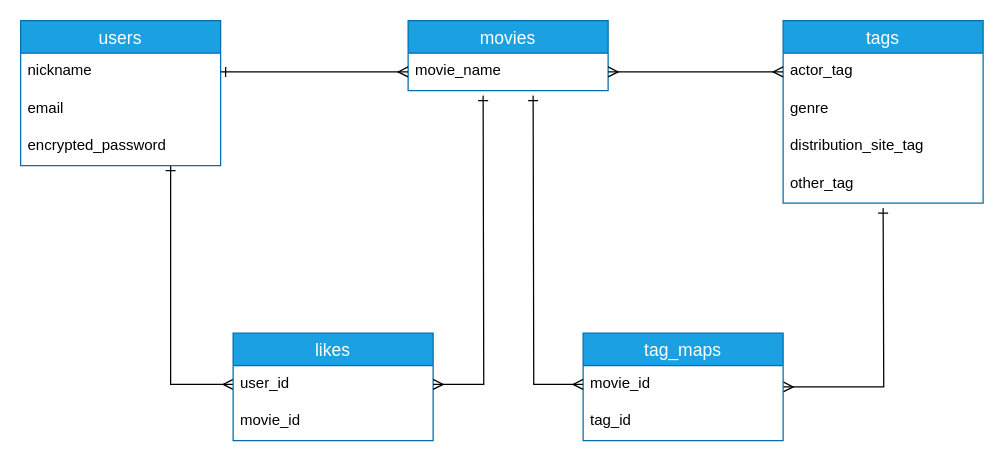
The draw.io diagram er.dio in takeprog/movie-now, before the edit. Source tidied: cells renumbered, new cells numbered last; positions are measured from the earlier drawing's top-left corner, leaving out a move shared by most shapes. Both pictures are drawn from the tidied source at 125%, with x=0, y=0 at pixel (20, 20).
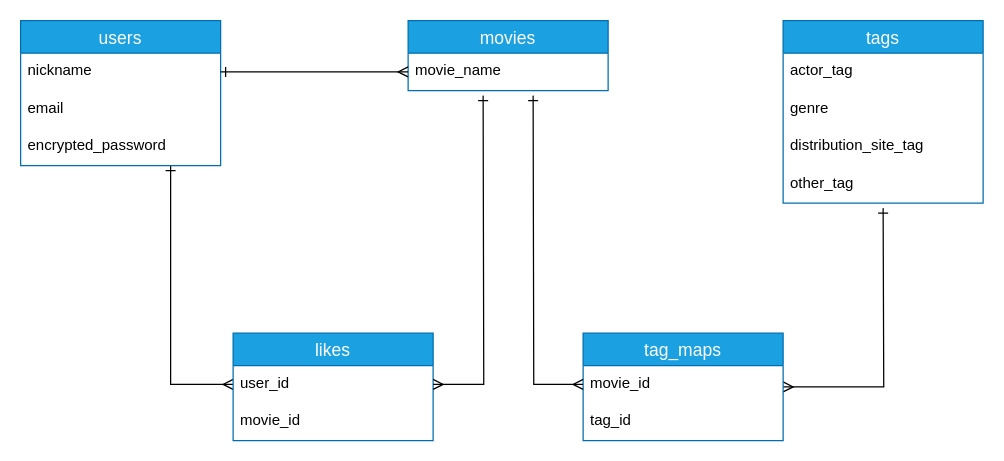
The same diagram, later.

Unchanged cells that the change refers to:
```xml
<mxCell id="9" value="actor_tag" style="text;strokeColor=none;fillColor=none;spacingLeft=4;spacingRight=4;overflow=hidden;points=[[0,0.5],[1,0.5]];portConstraint=eastwest;fontSize=12;" parent="8" vertex="1">
  <mxGeometry y="26" width="160" height="30" as="geometry" />
</mxCell>
<mxCell id="21" value="movie_name" style="text;strokeColor=none;fillColor=none;spacingLeft=4;spacingRight=4;overflow=hidden;points=[[0,0.5],[1,0.5]];portConstraint=eastwest;fontSize=12;" parent="1" vertex="1">
  <mxGeometry x="310" y="26" width="160" height="30" as="geometry" />
</mxCell>
```

The edit, as a diff of the source:
```diff
@@
-    <mxCell id="24" style="edgeStyle=orthogonalEdgeStyle;rounded=0;jettySize=auto;html=1;exitX=0;exitY=0.5;exitDx=0;exitDy=0;entryX=1;entryY=0.5;entryDx=0;entryDy=0;startArrow=ERmany;startFill=0;endArrow=ERmany;endFill=0;" parent="1" edge="1" source="9" target="21">
-      <mxGeometry relative="1" as="geometry" />
-    </mxCell>
```
